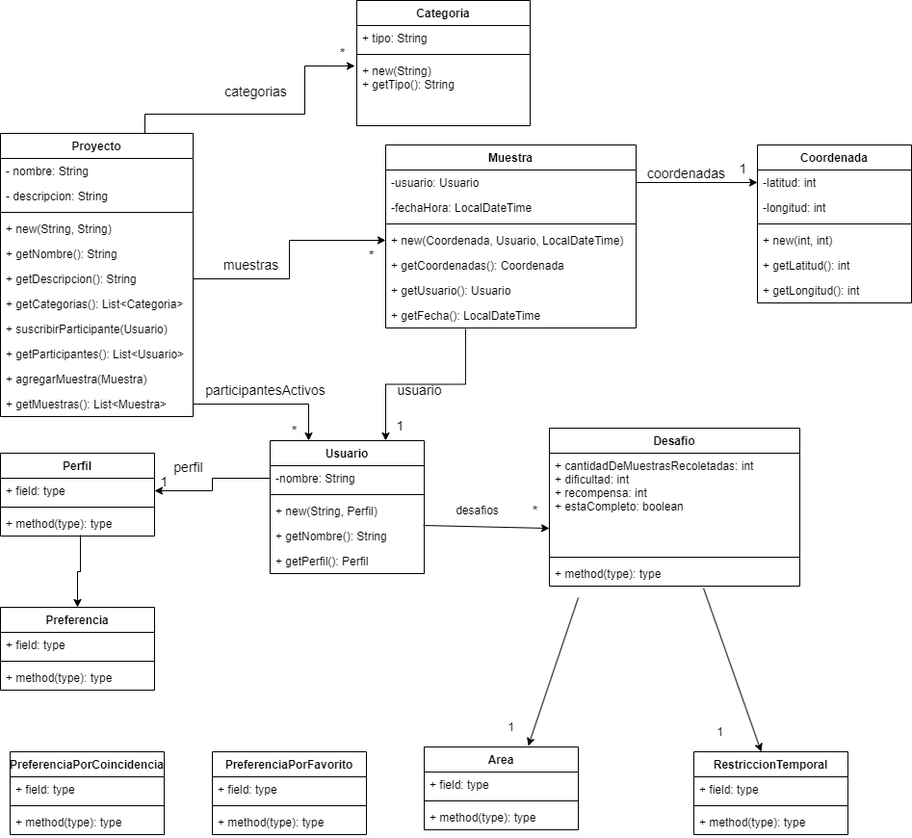
This is UMLTPFinal.drawio.png from Maxxie12/Unq-po2-TpFinal, a draw.io export, as it was before one commit. Source tidied: cells renumbered, new cells last; positions are measured from the earlier drawing's top-left corner, leaving out a move shared by most shapes.
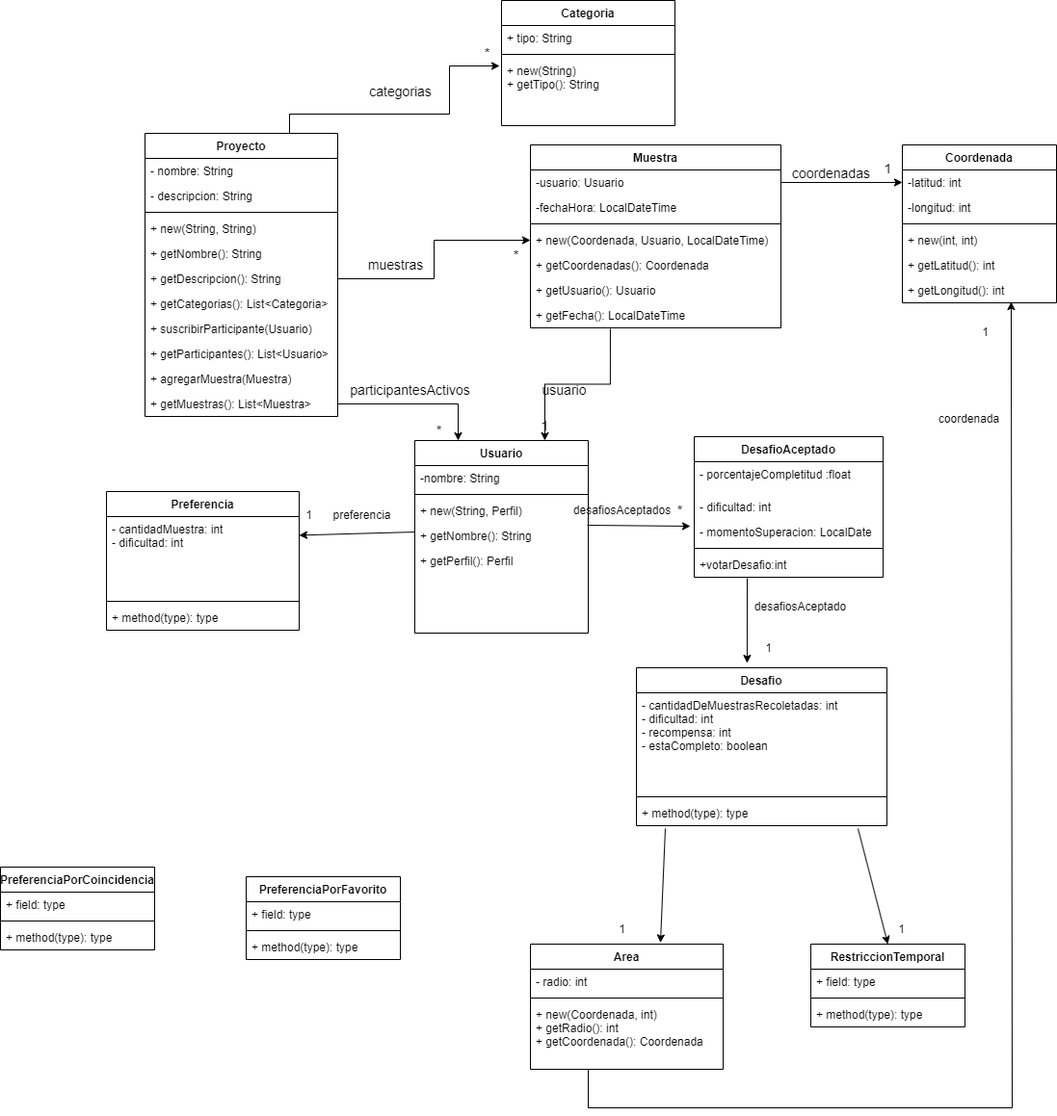
After the change.

Diff of the diagram source:
```diff
@@ -48,22 +48,22 @@
       <mxGeometry y="268" width="200" height="26" as="geometry" />
     </mxCell>
     <mxCell id="15" value="Usuario" style="swimlane;fontStyle=1;align=center;verticalAlign=top;horizontal=1;startSize=26;" parent="1" vertex="1">
-      <mxGeometry x="280" y="457" width="160" height="138" as="geometry" />
+      <mxGeometry x="280" y="457" width="180" height="200" as="geometry" />
     </mxCell>
     <mxCell id="16" value="-nombre: String" style="text;strokeColor=none;fillColor=none;align=left;verticalAlign=top;spacingLeft=4;spacingRight=4;overflow=hidden;points=[[0,0.5],[1,0.5]];portConstraint=eastwest;" parent="15" vertex="1">
-      <mxGeometry y="26" width="160" height="26" as="geometry" />
+      <mxGeometry y="26" width="180" height="26" as="geometry" />
     </mxCell>
     <mxCell id="17" style="line;strokeWidth=1;fillColor=none;align=left;verticalAlign=middle;spacingTop=-1;spacingLeft=3;spacingRight=3;labelPosition=right;strokeColor=inherit;" parent="15" vertex="1">
-      <mxGeometry y="52" width="160" height="8" as="geometry" />
+      <mxGeometry y="52" width="180" height="8" as="geometry" />
     </mxCell>
     <mxCell id="18" value="+ new(String, Perfil)" style="text;strokeColor=none;fillColor=none;align=left;verticalAlign=top;spacingLeft=4;spacingRight=4;overflow=hidden;points=[[0,0.5],[1,0.5]];portConstraint=eastwest;" parent="15" vertex="1">
-      <mxGeometry y="60" width="160" height="26" as="geometry" />
+      <mxGeometry y="60" width="180" height="26" as="geometry" />
     </mxCell>
     <mxCell id="19" value="+ getNombre(): String" style="text;strokeColor=none;fillColor=none;align=left;verticalAlign=top;spacingLeft=4;spacingRight=4;overflow=hidden;" parent="15" vertex="1">
-      <mxGeometry y="86" width="160" height="26" as="geometry" />
+      <mxGeometry y="86" width="180" height="26" as="geometry" />
     </mxCell>
     <mxCell id="20" value="+ getPerfil(): Perfil" style="text;strokeColor=none;fillColor=none;align=left;verticalAlign=top;spacingLeft=4;spacingRight=4;overflow=hidden;" parent="15" vertex="1">
-      <mxGeometry y="112" width="160" height="26" as="geometry" />
+      <mxGeometry y="112" width="180" height="88" as="geometry" />
     </mxCell>
     <mxCell id="21" value="Muestra" style="swimlane;fontStyle=1;align=center;verticalAlign=top;horizontal=1;startSize=26;" parent="1" vertex="1">
       <mxGeometry x="400" y="150" width="260" height="190" as="geometry" />
@@ -110,38 +110,20 @@
     <mxCell id="35" value="+ getLongitud(): int" style="text;strokeColor=none;fillColor=none;align=left;verticalAlign=top;spacingLeft=4;spacingRight=4;overflow=hidden;points=[[0,0.5],[1,0.5]];portConstraint=eastwest;" parent="29" vertex="1">
       <mxGeometry y="138" width="160" height="26" as="geometry" />
     </mxCell>
-    <mxCell id="36" value="Perfil" style="swimlane;fontStyle=1;align=center;verticalAlign=top;horizontal=1;startSize=26;" parent="1" vertex="1">
-      <mxGeometry y="470" width="160" height="86" as="geometry" />
-    </mxCell>
-    <mxCell id="37" value="+ field: type" style="text;strokeColor=none;fillColor=none;align=left;verticalAlign=top;spacingLeft=4;spacingRight=4;overflow=hidden;points=[[0,0.5],[1,0.5]];portConstraint=eastwest;" parent="36" vertex="1">
-      <mxGeometry y="26" width="160" height="26" as="geometry" />
-    </mxCell>
-    <mxCell id="38" style="line;strokeWidth=1;fillColor=none;align=left;verticalAlign=middle;spacingTop=-1;spacingLeft=3;spacingRight=3;labelPosition=right;strokeColor=inherit;" parent="36" vertex="1">
-      <mxGeometry y="52" width="160" height="8" as="geometry" />
-    </mxCell>
-    <mxCell id="39" value="+ method(type): type" style="text;strokeColor=none;fillColor=none;align=left;verticalAlign=top;spacingLeft=4;spacingRight=4;overflow=hidden;points=[[0,0.5],[1,0.5]];portConstraint=eastwest;" parent="36" vertex="1">
-      <mxGeometry y="60" width="160" height="26" as="geometry" />
-    </mxCell>
     <mxCell id="40" value="Preferencia" style="swimlane;fontStyle=1;align=center;verticalAlign=top;horizontal=1;startSize=26;" parent="1" vertex="1">
-      <mxGeometry y="630" width="160" height="86" as="geometry" />
+      <mxGeometry x="-40" y="510" width="200" height="144" as="geometry" />
     </mxCell>
-    <mxCell id="41" value="+ field: type" style="text;strokeColor=none;fillColor=none;align=left;verticalAlign=top;spacingLeft=4;spacingRight=4;overflow=hidden;points=[[0,0.5],[1,0.5]];portConstraint=eastwest;" parent="40" vertex="1">
-      <mxGeometry y="26" width="160" height="26" as="geometry" />
+    <mxCell id="41" value="- cantidadMuestra: int&#10;- dificultad: int&#10;" style="text;strokeColor=none;fillColor=none;align=left;verticalAlign=top;spacingLeft=4;spacingRight=4;overflow=hidden;points=[[0,0.5],[1,0.5]];portConstraint=eastwest;" parent="40" vertex="1">
+      <mxGeometry y="26" width="200" height="84" as="geometry" />
     </mxCell>
     <mxCell id="42" style="line;strokeWidth=1;fillColor=none;align=left;verticalAlign=middle;spacingTop=-1;spacingLeft=3;spacingRight=3;labelPosition=right;strokeColor=inherit;" parent="40" vertex="1">
-      <mxGeometry y="52" width="160" height="8" as="geometry" />
+      <mxGeometry y="110" width="200" height="8" as="geometry" />
     </mxCell>
     <mxCell id="43" value="+ method(type): type" style="text;strokeColor=none;fillColor=none;align=left;verticalAlign=top;spacingLeft=4;spacingRight=4;overflow=hidden;" parent="40" vertex="1">
-      <mxGeometry y="60" width="160" height="26" as="geometry" />
+      <mxGeometry y="118" width="200" height="26" as="geometry" />
     </mxCell>
-    <mxCell id="44" style="edgeStyle=orthogonalEdgeStyle;rounded=0;jettySize=auto;html=1;entryX=0.5;entryY=0;entryDx=0;entryDy=0;exitX=0.519;exitY=0.962;exitDx=0;exitDy=0;exitPerimeter=0;" parent="1" edge="1" source="39" target="40">
-      <mxGeometry relative="1" as="geometry" />
-    </mxCell>
-    <mxCell id="45" style="edgeStyle=orthogonalEdgeStyle;rounded=0;jettySize=auto;html=1;exitX=0;exitY=0.5;exitDx=0;exitDy=0;entryX=1;entryY=0.5;entryDx=0;entryDy=0;" parent="1" edge="1" source="16" target="37">
-      <mxGeometry relative="1" as="geometry" />
-    </mxCell>
     <mxCell id="46" value="PreferenciaPorFavorito" style="swimlane;fontStyle=1;align=center;verticalAlign=top;horizontal=1;startSize=26;" parent="1" vertex="1">
-      <mxGeometry x="220" y="780" width="160" height="86" as="geometry" />
+      <mxGeometry x="105" y="910" width="160" height="86" as="geometry" />
     </mxCell>
     <mxCell id="47" value="+ field: type" style="text;strokeColor=none;fillColor=none;align=left;verticalAlign=top;spacingLeft=4;spacingRight=4;overflow=hidden;" parent="46" vertex="1">
       <mxGeometry y="26" width="160" height="26" as="geometry" />
@@ -153,7 +135,7 @@
       <mxGeometry y="60" width="160" height="26" as="geometry" />
     </mxCell>
     <mxCell id="50" value="PreferenciaPorCoincidencia" style="swimlane;fontStyle=1;align=center;verticalAlign=top;horizontal=1;startSize=26;" parent="1" vertex="1">
-      <mxGeometry x="10" y="780" width="160" height="86" as="geometry" />
+      <mxGeometry x="-150" y="900" width="160" height="86" as="geometry" />
     </mxCell>
     <mxCell id="51" value="+ field: type" style="text;strokeColor=none;fillColor=none;align=left;verticalAlign=top;spacingLeft=4;spacingRight=4;overflow=hidden;" parent="50" vertex="1">
       <mxGeometry y="26" width="160" height="26" as="geometry" />
@@ -165,7 +147,7 @@
       <mxGeometry y="60" width="160" height="26" as="geometry" />
     </mxCell>
     <mxCell id="54" value="RestriccionTemporal" style="swimlane;fontStyle=1;align=center;verticalAlign=top;horizontal=1;startSize=26;" parent="1" vertex="1">
-      <mxGeometry x="720" y="780" width="160" height="86" as="geometry" />
+      <mxGeometry x="691" y="980" width="160" height="86" as="geometry" />
     </mxCell>
     <mxCell id="55" value="+ field: type" style="text;strokeColor=none;fillColor=none;align=left;verticalAlign=top;spacingLeft=4;spacingRight=4;overflow=hidden;" parent="54" vertex="1">
       <mxGeometry y="26" width="160" height="26" as="geometry" />
@@ -177,16 +159,16 @@
       <mxGeometry y="60" width="160" height="26" as="geometry" />
     </mxCell>
     <mxCell id="58" value="Area" style="swimlane;fontStyle=1;align=center;verticalAlign=top;horizontal=1;startSize=26;" parent="1" vertex="1">
-      <mxGeometry x="440" y="775" width="160" height="86" as="geometry" />
+      <mxGeometry x="400" y="980" width="200" height="130" as="geometry" />
     </mxCell>
-    <mxCell id="59" value="+ field: type" style="text;strokeColor=none;fillColor=none;align=left;verticalAlign=top;spacingLeft=4;spacingRight=4;overflow=hidden;" parent="58" vertex="1">
-      <mxGeometry y="26" width="160" height="26" as="geometry" />
+    <mxCell id="59" value="- radio: int" style="text;strokeColor=none;fillColor=none;align=left;verticalAlign=top;spacingLeft=4;spacingRight=4;overflow=hidden;" parent="58" vertex="1">
+      <mxGeometry y="26" width="200" height="26" as="geometry" />
     </mxCell>
     <mxCell id="60" style="line;strokeWidth=1;fillColor=none;align=left;verticalAlign=middle;spacingTop=-1;spacingLeft=3;spacingRight=3;labelPosition=right;strokeColor=inherit;" parent="58" vertex="1">
-      <mxGeometry y="52" width="160" height="8" as="geometry" />
+      <mxGeometry y="52" width="200" height="8" as="geometry" />
     </mxCell>
-    <mxCell id="61" value="+ method(type): type" style="text;strokeColor=none;fillColor=none;align=left;verticalAlign=top;spacingLeft=4;spacingRight=4;overflow=hidden;" parent="58" vertex="1">
-      <mxGeometry y="60" width="160" height="26" as="geometry" />
+    <mxCell id="61" value="+ new(Coordenada, int)&#10;+ getRadio(): int&#10;+ getCoordenada(): Coordenada&#10;" style="text;strokeColor=none;fillColor=none;align=left;verticalAlign=top;spacingLeft=4;spacingRight=4;overflow=hidden;" parent="58" vertex="1">
+      <mxGeometry y="60" width="200" height="70" as="geometry" />
     </mxCell>
     <mxCell id="62" style="edgeStyle=orthogonalEdgeStyle;rounded=0;jettySize=auto;html=1;exitX=1;exitY=0.5;exitDx=0;exitDy=0;entryX=0;entryY=0.5;entryDx=0;entryDy=0;fontSize=14;" parent="1" edge="1" target="30">
       <mxGeometry relative="1" as="geometry">
@@ -211,9 +193,6 @@
     <mxCell id="68" value="participantesActivos" style="text;html=1;align=center;verticalAlign=middle;strokeColor=none;fillColor=none;fontSize=14;" parent="1" vertex="1">
       <mxGeometry x="200" y="390" width="150" height="30" as="geometry" />
     </mxCell>
-    <mxCell id="69" value="perfil" style="text;html=1;align=center;verticalAlign=middle;strokeColor=none;fillColor=none;fontSize=14;" parent="1" vertex="1">
-      <mxGeometry x="170" y="470" width="50" height="30" as="geometry" />
-    </mxCell>
     <mxCell id="70" value="usuario" style="text;html=1;align=center;verticalAlign=middle;strokeColor=none;fillColor=none;fontSize=14;" parent="1" vertex="1">
       <mxGeometry x="400" y="390" width="70" height="30" as="geometry" />
     </mxCell>
@@ -223,9 +202,6 @@
     <mxCell id="72" value="1" style="text;html=1;align=center;verticalAlign=middle;strokeColor=none;fillColor=none;fontSize=14;" parent="1" vertex="1">
       <mxGeometry x="756" y="160" width="30" height="30" as="geometry" />
     </mxCell>
-    <mxCell id="73" value="1" style="text;html=1;align=center;verticalAlign=middle;strokeColor=none;fillColor=none;fontSize=14;" parent="1" vertex="1">
-      <mxGeometry x="155" y="485" width="30" height="30" as="geometry" />
-    </mxCell>
     <mxCell id="74" style="edgeStyle=orthogonalEdgeStyle;rounded=0;jettySize=auto;html=1;exitX=1;exitY=0.5;exitDx=0;exitDy=0;entryX=0;entryY=0.5;entryDx=0;entryDy=0;fontSize=14;" parent="1" edge="1" source="9" target="25">
       <mxGeometry relative="1" as="geometry" />
     </mxCell>
@@ -250,38 +226,35 @@
     <mxCell id="81" value="+ new(String)&#10;+ getTipo(): String" style="text;strokeColor=none;fillColor=none;align=left;verticalAlign=top;spacingLeft=4;spacingRight=4;overflow=hidden;points=[[0,0.5],[1,0.5]];portConstraint=eastwest;" parent="78" vertex="1">
       <mxGeometry y="60" width="180" height="70" as="geometry" />
     </mxCell>
-    <mxCell id="82" style="endArrow=classic;html=1;rounded=0;entryX=0;entryY=0.813;entryDx=0;entryDy=0;entryPerimeter=0;exitX=0.994;exitY=1.077;exitDx=0;exitDy=0;exitPerimeter=0;" parent="1" edge="1" source="18">
-      <mxGeometry relative="1" as="geometry">
-        <mxPoint x="570" y="548" as="targetPoint" />
-      </mxGeometry>
+    <mxCell id="82" style="endArrow=classic;html=1;rounded=0;entryX=0.867;entryY=1.033;entryDx=0;entryDy=0;entryPerimeter=0;exitX=0.994;exitY=1.077;exitDx=0;exitDy=0;exitPerimeter=0;" parent="1" edge="1" source="18" target="83">
+      <mxGeometry relative="1" as="geometry" />
     </mxCell>
     <mxCell id="83" value="*" style="text;html=1;align=center;verticalAlign=middle;points=[];strokeColor=none;fillColor=none;fontSize=14;" parent="1" vertex="1">
       <mxGeometry x="540" y="515" width="30" height="30" as="geometry" />
     </mxCell>
-    <mxCell id="84" value="desafios" style="text;html=1;align=center;verticalAlign=middle;strokeColor=none;fillColor=none;" parent="1" vertex="1">
-      <mxGeometry x="460" y="515" width="70" height="30" as="geometry" />
+    <mxCell id="84" value="desafiosAceptados" style="text;html=1;align=center;verticalAlign=middle;strokeColor=none;fillColor=none;" parent="1" vertex="1">
+      <mxGeometry x="435" y="515" width="120" height="30" as="geometry" />
     </mxCell>
-    <mxCell id="85" style="endArrow=classic;html=1;rounded=0;" parent="1" edge="1">
+    <mxCell id="85" style="endArrow=classic;html=1;rounded=0;entryX=0.5;entryY=0;entryDx=0;entryDy=0;" parent="1" edge="1" target="54">
       <mxGeometry relative="1" as="geometry">
-        <mxPoint x="730" y="610" as="sourcePoint" />
-        <mxPoint x="790" y="780" as="targetPoint" />
+        <mxPoint x="740" y="860" as="sourcePoint" />
       </mxGeometry>
     </mxCell>
     <mxCell id="86" style="endArrow=classic;html=1;rounded=0;entryX=0.675;entryY=-0.012;entryDx=0;entryDy=0;entryPerimeter=0;" parent="1" edge="1" target="58">
       <mxGeometry relative="1" as="geometry">
-        <mxPoint x="600" y="620" as="sourcePoint" />
+        <mxPoint x="540" y="860" as="sourcePoint" />
       </mxGeometry>
     </mxCell>
     <mxCell id="87" value="1" style="text;html=1;align=center;verticalAlign=middle;strokeColor=none;fillColor=none;" parent="1" vertex="1">
-      <mxGeometry x="515" y="740" width="30" height="30" as="geometry" />
+      <mxGeometry x="480" y="950" width="30" height="30" as="geometry" />
     </mxCell>
     <mxCell id="88" value="1" style="text;html=1;align=center;verticalAlign=middle;strokeColor=none;fillColor=none;" parent="1" vertex="1">
-      <mxGeometry x="732" y="745" width="30" height="30" as="geometry" />
+      <mxGeometry x="770" y="950" width="30" height="30" as="geometry" />
     </mxCell>
     <mxCell id="89" value="Desafio" style="swimlane;fontStyle=1;align=center;verticalAlign=top;horizontal=1;startSize=26;" parent="1" vertex="1">
-      <mxGeometry x="570" y="444" width="260" height="164" as="geometry" />
+      <mxGeometry x="510" y="693" width="260" height="164" as="geometry" />
     </mxCell>
-    <mxCell id="90" value="+ cantidadDeMuestrasRecoletadas: int&#10;+ dificultad: int&#10;+ recompensa: int&#10;+ estaCompleto: boolean" style="text;strokeColor=none;fillColor=none;align=left;verticalAlign=top;spacingLeft=4;spacingRight=4;overflow=hidden;" parent="89" vertex="1">
+    <mxCell id="90" value="- cantidadDeMuestrasRecoletadas: int&#10;- dificultad: int&#10;- recompensa: int&#10;- estaCompleto: boolean" style="text;strokeColor=none;fillColor=none;align=left;verticalAlign=top;spacingLeft=4;spacingRight=4;overflow=hidden;" parent="89" vertex="1">
       <mxGeometry y="26" width="260" height="104" as="geometry" />
     </mxCell>
     <mxCell id="91" style="line;strokeWidth=1;fillColor=none;align=left;verticalAlign=middle;spacingTop=-1;spacingLeft=3;spacingRight=3;labelPosition=right;strokeColor=inherit;" parent="89" vertex="1">
@@ -290,5 +263,60 @@
     <mxCell id="92" value="+ method(type): type" style="text;strokeColor=none;fillColor=none;align=left;verticalAlign=top;spacingLeft=4;spacingRight=4;overflow=hidden;" parent="89" vertex="1">
       <mxGeometry y="138" width="260" height="26" as="geometry" />
     </mxCell>
+    <mxCell id="93" value="DesafioAceptado" style="swimlane;fontStyle=1;align=center;verticalAlign=top;horizontal=1;startSize=26;" parent="1" vertex="1">
+      <mxGeometry x="570" y="453" width="196" height="146" as="geometry" />
+    </mxCell>
+    <mxCell id="94" value="- porcentajeCompletitud :float" style="text;strokeColor=none;fillColor=none;align=left;verticalAlign=top;spacingLeft=4;spacingRight=4;overflow=hidden;" parent="93" vertex="1">
+      <mxGeometry y="26" width="196" height="34" as="geometry" />
+    </mxCell>
+    <mxCell id="95" value="- dificultad: int" style="text;strokeColor=none;fillColor=none;align=left;verticalAlign=top;spacingLeft=4;spacingRight=4;overflow=hidden;" parent="93" vertex="1">
+      <mxGeometry y="60" width="196" height="26" as="geometry" />
+    </mxCell>
+    <mxCell id="96" value="- momentoSuperacion: LocalDate" style="text;strokeColor=none;fillColor=none;align=left;verticalAlign=top;spacingLeft=4;spacingRight=4;overflow=hidden;" parent="93" vertex="1">
+      <mxGeometry y="86" width="196" height="26" as="geometry" />
+    </mxCell>
+    <mxCell id="97" style="line;strokeWidth=1;fillColor=none;align=left;verticalAlign=middle;spacingTop=-1;spacingLeft=3;spacingRight=3;labelPosition=right;strokeColor=inherit;" parent="93" vertex="1">
+      <mxGeometry y="112" width="196" height="8" as="geometry" />
+    </mxCell>
+    <mxCell id="98" value="+votarDesafio:int" style="text;strokeColor=none;fillColor=none;align=left;verticalAlign=top;spacingLeft=4;spacingRight=4;overflow=hidden;" parent="93" vertex="1">
+      <mxGeometry y="120" width="196" height="26" as="geometry" />
+    </mxCell>
+    <mxCell id="99" style="endArrow=classic;html=1;rounded=0;entryX=0.442;entryY=-0.03;entryDx=0;entryDy=0;entryPerimeter=0;" parent="1" edge="1" target="89">
+      <mxGeometry relative="1" as="geometry">
+        <mxPoint x="625" y="600" as="sourcePoint" />
+      </mxGeometry>
+    </mxCell>
+    <mxCell id="100" value="1" style="text;html=1;align=center;verticalAlign=middle;strokeColor=none;fillColor=none;" parent="1" vertex="1">
+      <mxGeometry x="632" y="658" width="30" height="30" as="geometry" />
+    </mxCell>
+    <mxCell id="101" value="desafiosAceptado" style="text;html=1;align=center;verticalAlign=middle;strokeColor=none;fillColor=none;" parent="1" vertex="1">
+      <mxGeometry x="620" y="615" width="120" height="30" as="geometry" />
+    </mxCell>
+    <mxCell id="102" style="endArrow=classic;html=1;rounded=0;entryX=0.706;entryY=0.962;entryDx=0;entryDy=0;entryPerimeter=0;" parent="1" edge="1" target="35">
+      <mxGeometry relative="1" as="geometry">
+        <mxPoint x="460" y="1110" as="sourcePoint" />
+        <Array as="points">
+          <mxPoint x="460" y="1150" />
+          <mxPoint x="900" y="1150" />
+        </Array>
+      </mxGeometry>
+    </mxCell>
+    <mxCell id="103" value="1" style="text;html=1;align=center;verticalAlign=middle;strokeColor=none;fillColor=none;" parent="1" vertex="1">
+      <mxGeometry x="857" y="330" width="30" height="30" as="geometry" />
+    </mxCell>
+    <mxCell id="104" value="coordenada" style="text;html=1;align=center;verticalAlign=middle;strokeColor=none;fillColor=none;" parent="1" vertex="1">
+      <mxGeometry x="810" y="420" width="90" height="30" as="geometry" />
+    </mxCell>
+    <mxCell id="105" style="endArrow=classic;html=1;rounded=0;entryX=1;entryY=0.231;entryDx=0;entryDy=0;entryPerimeter=0;" parent="1" edge="1" target="41">
+      <mxGeometry relative="1" as="geometry">
+        <mxPoint x="280" y="552" as="sourcePoint" />
+      </mxGeometry>
+    </mxCell>
+    <mxCell id="106" value="1" style="text;html=1;align=center;verticalAlign=middle;strokeColor=none;fillColor=none;" parent="1" vertex="1">
+      <mxGeometry x="155" y="520" width="30" height="30" as="geometry" />
+    </mxCell>
+    <mxCell id="107" value="preferencia" style="text;html=1;align=center;verticalAlign=middle;strokeColor=none;fillColor=none;" parent="1" vertex="1">
+      <mxGeometry x="185" y="520" width="80" height="30" as="geometry" />
+    </mxCell>
   </root>
 </mxGraphModel>
```
